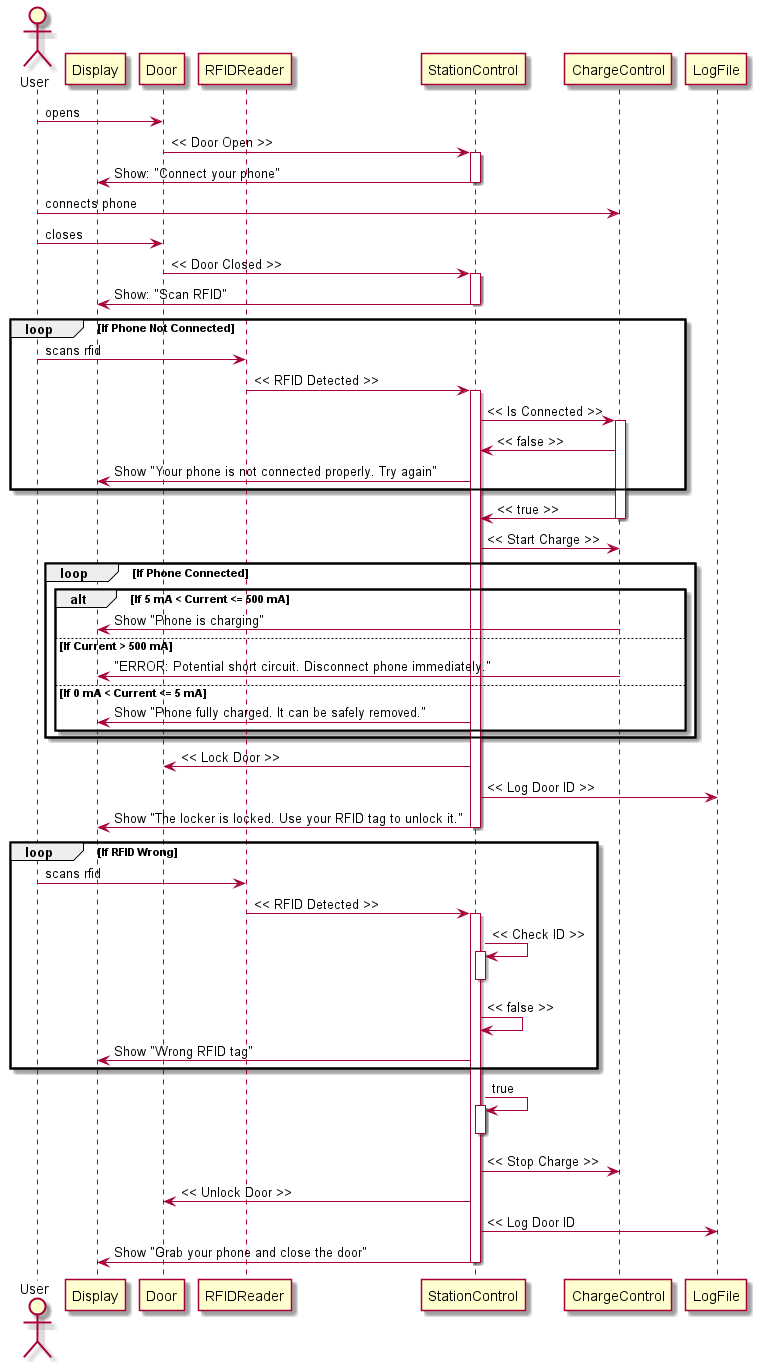
Before: Diagrams/SequenceDiagram/SequenceDiagram.png, a diagram exported from PlantUML (KunJakob/SWT-PhoneCharger).
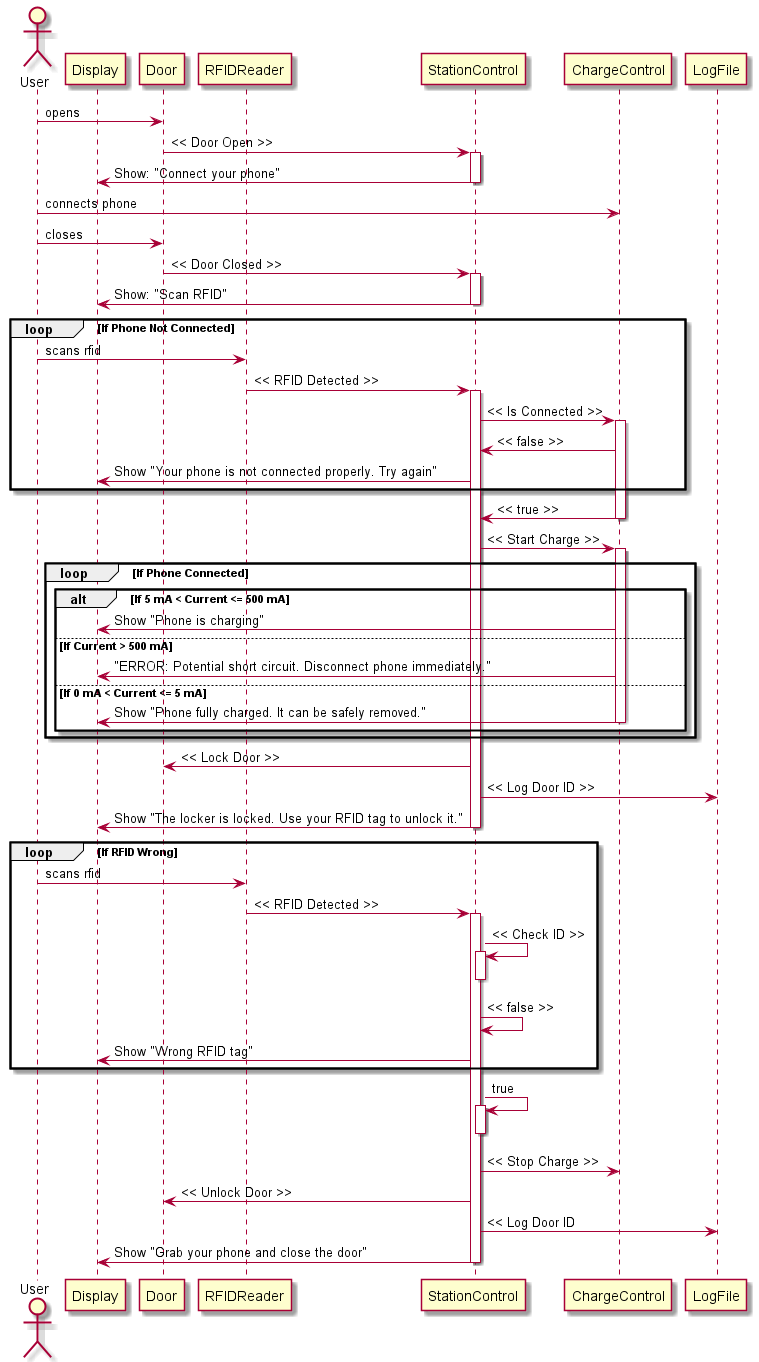
Later version of the same file.

Commit message:
Forgot to export diagram

What changed in the source:
```diff
@@ -27,15 +27,16 @@
 StationControl -> Display : Show: "Scan RFID"
 deactivate StationControl
 
-   loop If Phone Not Connected
+loop If Phone Not Connected
 
-    User -> RFIDReader : scans rfid
+User -> RFIDReader : scans rfid
 
-    RFIDReader -> StationControl : << RFID Detected >>
-    activate StationControl
+RFIDReader -> StationControl : << RFID Detected >>
 
-    StationControl -> ChargeControl : << Is Connected >>
-    activate ChargeControl
+activate StationControl
+
+  StationControl -> ChargeControl : << Is Connected >>
+  activate ChargeControl
 
     ChargeControl -> StationControl : << false >>
 
@@ -44,31 +45,35 @@
     end
 
     ChargeControl -> StationControl : << true >>
+  deactivate ChargeControl
+
+  StationControl -> ChargeControl : << Start Charge >>
+  activate ChargeControl
+
+    loop If Phone Connected
+      alt If 5 mA < Current <= 500 mA
+        ChargeControl -> Display : Show "Phone is charging"
+      else If Current > 500 mA
+        ChargeControl -> Display : "ERROR: Potential short circuit. Disconnect phone immediately."
+      else If 0 mA < Current <= 5 mA
+        ChargeControl -> Display : Show "Phone fully charged. It can be safely removed."
     deactivate ChargeControl
-
-    StationControl -> ChargeControl : << Start Charge >>
-  loop If Phone Connected
-    alt If 5 mA < Current <= 500 mA
-      ChargeControl -> Display : Show "Phone is charging"
-    else If Current > 500 mA
-      ChargeControl -> Display : "ERROR: Potential short circuit. Disconnect phone immediately."
-    else If 0 mA < Current <= 5 mA
-      StationControl -> Display : Show "Phone fully charged. It can be safely removed."
     end
   end
-    StationControl -> Door : << Lock Door >>
 
-    StationControl -> LogFile : << Log Door ID >>
+  StationControl -> Door : << Lock Door >>
 
-    StationControl -> Display : Show "The locker is locked. Use your RFID tag to unlock it."
-    deactivate StationControl
+  StationControl -> LogFile : << Log Door ID >>
 
-  loop If RFID Wrong
+  StationControl -> Display : Show "The locker is locked. Use your RFID tag to unlock it."
+deactivate StationControl
 
-    User -> RFIDReader : scans rfid
+loop If RFID Wrong
 
-    RFIDReader -> StationControl : << RFID Detected >>
-    activate StationControl
+User -> RFIDReader : scans rfid
+
+RFIDReader -> StationControl : << RFID Detected >>
+  activate StationControl
 
 
     StationControl -> StationControl : << Check ID >>
```
